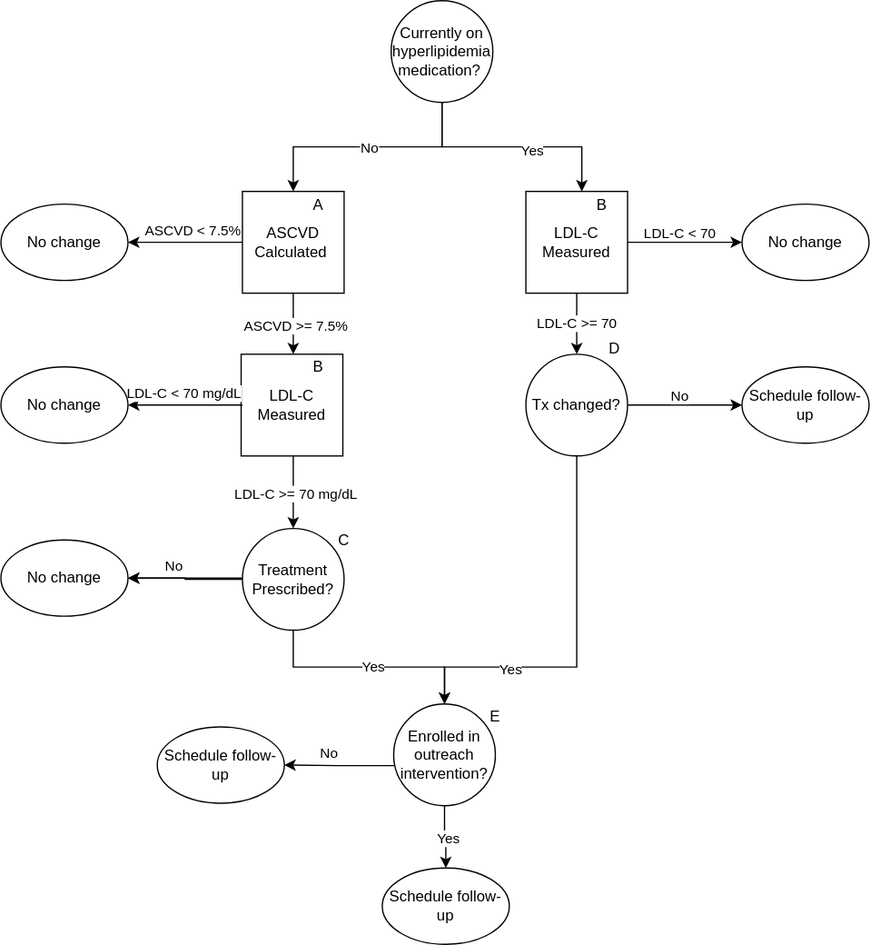
ihmeuw/vivarium_research keeps this draw.io diagram as docs/source/concept_models/vivarium_us_cvd/ldl_ramp_all.svg. Above is the earlier version. Source tidied: cells renumbered, new cells last; positions are measured from the earlier drawing's top-left corner, leaving out a move shared by most shapes.
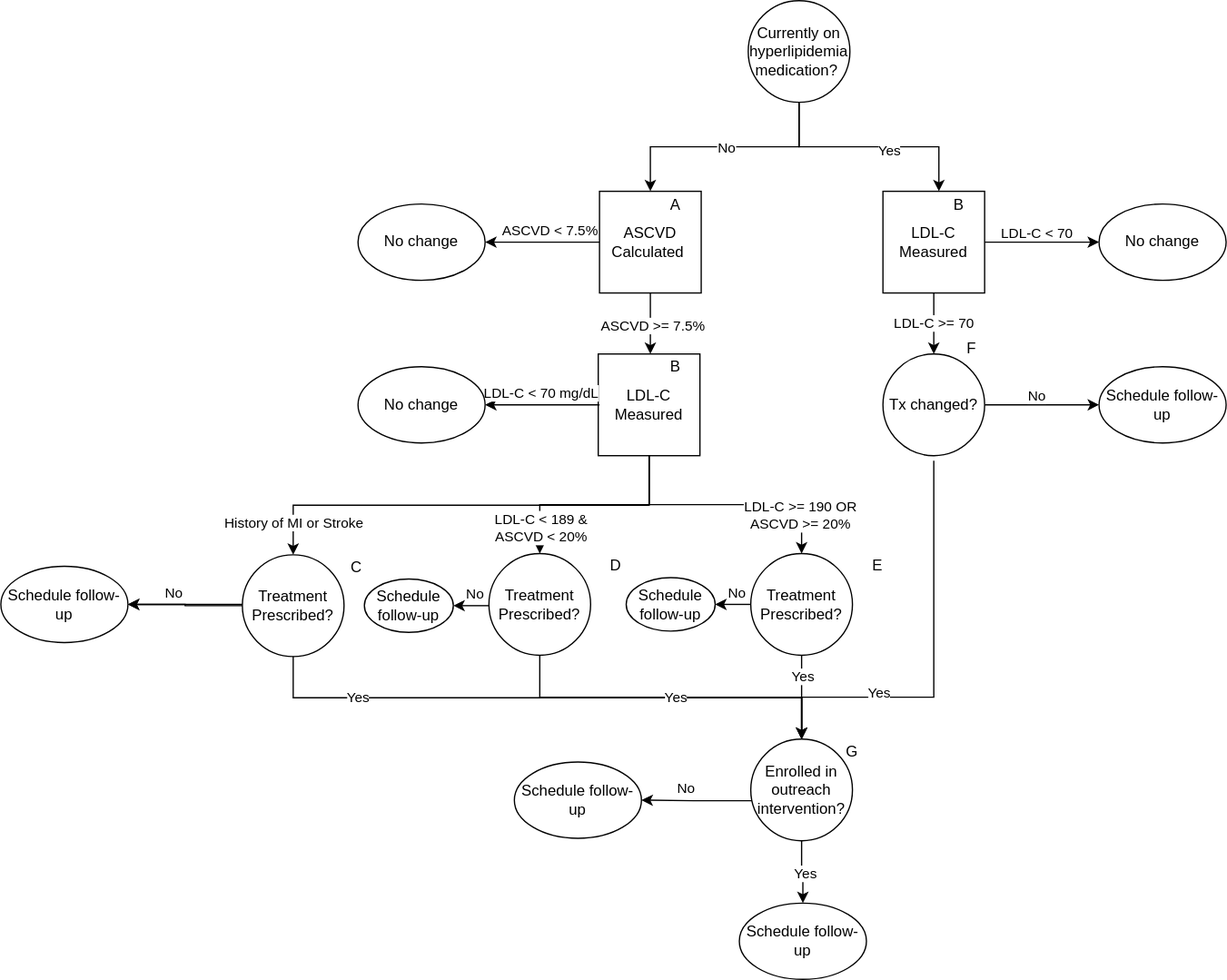
After the commit.

Commit message:
updates to V&V table, to the adherence and treatments based on Greg's feedback

The edit, as a diff of the source:
```diff
@@ -16,23 +16,22 @@
     <mxCell id="5" value="ASCVD &amp;gt;= 7.5%" style="edgeLabel;html=1;align=center;verticalAlign=middle;" parent="4" vertex="1">
       <mxGeometry x="0.02" y="1" relative="1" as="geometry" />
     </mxCell>
-    <mxCell id="6" style="edgeStyle=orthogonalEdgeStyle;rounded=0;orthogonalLoop=1;jettySize=auto;html=1;exitX=0.5;exitY=1;exitDx=0;exitDy=0;entryX=0.5;entryY=0;entryDx=0;entryDy=0;" parent="1" edge="1">
-      <mxGeometry relative="1" as="geometry">
-        <mxPoint x="230" y="358" as="sourcePoint" />
-        <mxPoint x="230" y="415" as="targetPoint" />
-      </mxGeometry>
+    <mxCell id="6" style="edgeStyle=orthogonalEdgeStyle;rounded=0;jettySize=auto;html=1;entryX=0.5;entryY=0;entryDx=0;entryDy=0;exitX=0.5;exitY=1;exitDx=0;exitDy=0;" parent="1" edge="1" source="2" target="9">
+      <mxGeometry relative="1" as="geometry" />
     </mxCell>
-    <mxCell id="7" value="LDL-C &amp;gt;= 70 mg/dL" style="edgeLabel;html=1;align=center;verticalAlign=middle;" parent="6" vertex="1">
-      <mxGeometry x="0.02" y="1" relative="1" as="geometry" />
+    <mxCell id="7" value="History of MI or Stroke&amp;nbsp;" style="edgeLabel;html=1;align=center;verticalAlign=middle;" parent="6" vertex="1">
+      <mxGeometry x="0.02" y="1" relative="1" as="geometry">
+        <mxPoint x="-135" y="12" as="offset" />
+      </mxGeometry>
     </mxCell>
     <mxCell id="8" style="edgeStyle=orthogonalEdgeStyle;rounded=0;jettySize=auto;html=1;" parent="1" edge="1" source="9" target="19">
       <mxGeometry relative="1" as="geometry" />
     </mxCell>
     <mxCell id="9" value="Treatment Prescribed?" style="ellipse;whiteSpace=wrap;html=1;" parent="1" vertex="1">
-      <mxGeometry x="190" y="415" width="80" height="80" as="geometry" />
+      <mxGeometry x="-91" y="436" width="80" height="80" as="geometry" />
     </mxCell>
     <mxCell id="10" value="C" style="text;html=1;strokeColor=none;fillColor=none;align=center;verticalAlign=middle;whiteSpace=wrap;rounded=0;" parent="1" vertex="1">
-      <mxGeometry x="250" y="415" width="40" height="20" as="geometry" />
+      <mxGeometry x="-21" y="436" width="40" height="20" as="geometry" />
     </mxCell>
     <mxCell id="11" value="No change" style="ellipse;whiteSpace=wrap;html=1;" parent="1" vertex="1">
       <mxGeometry y="160" width="100" height="60" as="geometry" />
@@ -60,7 +59,7 @@
     </mxCell>
     <mxCell id="17" style="edgeStyle=orthogonalEdgeStyle;rounded=0;jettySize=auto;html=1;exitX=0;exitY=0.5;exitDx=0;exitDy=0;entryX=1;entryY=0.5;entryDx=0;entryDy=0;" parent="1" edge="1" target="19">
       <mxGeometry relative="1" as="geometry">
-        <mxPoint x="190" y="454" as="sourcePoint" />
+        <mxPoint x="-91" y="475" as="sourcePoint" />
       </mxGeometry>
     </mxCell>
     <mxCell id="18" value="No" style="edgeLabel;html=1;align=center;verticalAlign=middle;" parent="17" vertex="1">
@@ -68,23 +67,25 @@
         <mxPoint x="8" y="-9" as="offset" />
       </mxGeometry>
     </mxCell>
-    <mxCell id="19" value="No change" style="ellipse;whiteSpace=wrap;html=1;" parent="1" vertex="1">
-      <mxGeometry y="424" width="100" height="60" as="geometry" />
+    <mxCell id="19" value="Schedule follow-up" style="ellipse;whiteSpace=wrap;html=1;" parent="1" vertex="1">
+      <mxGeometry x="-281" y="445" width="100" height="60" as="geometry" />
     </mxCell>
     <mxCell id="20" style="edgeStyle=orthogonalEdgeStyle;rounded=0;jettySize=auto;html=1;entryX=0.5;entryY=0;entryDx=0;entryDy=0;exitX=0.5;exitY=1;exitDx=0;exitDy=0;" parent="1" edge="1" source="9" target="23">
       <mxGeometry relative="1" as="geometry" />
     </mxCell>
     <mxCell id="21" value="Yes" style="edgeLabel;html=1;align=center;verticalAlign=middle;" parent="20" vertex="1">
-      <mxGeometry x="0.02" y="1" relative="1" as="geometry" />
+      <mxGeometry x="0.02" y="1" relative="1" as="geometry">
+        <mxPoint x="-155" as="offset" />
+      </mxGeometry>
     </mxCell>
     <mxCell id="22" value="Schedule follow-up" style="ellipse;whiteSpace=wrap;html=1;" parent="1" vertex="1">
-      <mxGeometry x="300" y="682" width="100" height="60" as="geometry" />
+      <mxGeometry x="300" y="710" width="100" height="60" as="geometry" />
     </mxCell>
     <mxCell id="23" value="Enrolled in outreach intervention?" style="ellipse;whiteSpace=wrap;html=1;" parent="1" vertex="1">
-      <mxGeometry x="309" y="553" width="80" height="80" as="geometry" />
+      <mxGeometry x="309" y="581" width="80" height="80" as="geometry" />
     </mxCell>
-    <mxCell id="24" value="E" style="text;html=1;strokeColor=none;fillColor=none;align=center;verticalAlign=middle;whiteSpace=wrap;rounded=0;" parent="1" vertex="1">
-      <mxGeometry x="369" y="553" width="40" height="20" as="geometry" />
+    <mxCell id="24" value="G" style="text;html=1;strokeColor=none;fillColor=none;align=center;verticalAlign=middle;whiteSpace=wrap;rounded=0;" parent="1" vertex="1">
+      <mxGeometry x="369" y="581" width="40" height="20" as="geometry" />
     </mxCell>
     <mxCell id="25" style="edgeStyle=orthogonalEdgeStyle;rounded=0;jettySize=auto;html=1;exitX=0.5;exitY=1;exitDx=0;exitDy=0;entryX=0.5;entryY=0;entryDx=0;entryDy=0;" parent="1" edge="1" source="23" target="22">
       <mxGeometry relative="1" as="geometry" />
@@ -93,11 +94,11 @@
       <mxGeometry x="0.02" y="1" relative="1" as="geometry" />
     </mxCell>
     <mxCell id="27" value="Schedule follow-up" style="ellipse;whiteSpace=wrap;html=1;" parent="1" vertex="1">
-      <mxGeometry x="123" y="571" width="100" height="60" as="geometry" />
+      <mxGeometry x="123" y="599" width="100" height="60" as="geometry" />
     </mxCell>
     <mxCell id="28" style="edgeStyle=orthogonalEdgeStyle;rounded=0;jettySize=auto;html=1;exitX=0;exitY=0.5;exitDx=0;exitDy=0;entryX=1;entryY=0.5;entryDx=0;entryDy=0;" parent="1" edge="1" target="27">
       <mxGeometry relative="1" as="geometry">
-        <mxPoint x="310" y="601.5" as="sourcePoint" />
+        <mxPoint x="310" y="629.5" as="sourcePoint" />
       </mxGeometry>
     </mxCell>
     <mxCell id="29" value="No" style="edgeLabel;html=1;align=center;verticalAlign=middle;" parent="28" vertex="1">
@@ -136,20 +137,21 @@
         <mxPoint x="453" y="278" as="targetPoint" />
       </mxGeometry>
     </mxCell>
-    <mxCell id="37" style="edgeStyle=orthogonalEdgeStyle;rounded=0;jettySize=auto;html=1;entryX=0.5;entryY=0;entryDx=0;entryDy=0;exitX=0.5;exitY=1;exitDx=0;exitDy=0;" parent="1" edge="1" source="46" target="23">
+    <mxCell id="37" style="edgeStyle=orthogonalEdgeStyle;rounded=0;jettySize=auto;html=1;exitX=0.5;exitY=1;exitDx=0;exitDy=0;entryX=0.5;entryY=0;entryDx=0;entryDy=0;" parent="1" edge="1" target="23">
       <mxGeometry relative="1" as="geometry">
+        <mxPoint x="453" y="362" as="sourcePoint" />
         <Array as="points">
-          <mxPoint x="453" y="524" />
-          <mxPoint x="349" y="524" />
+          <mxPoint x="453" y="548" />
+          <mxPoint x="349" y="548" />
         </Array>
       </mxGeometry>
     </mxCell>
     <mxCell id="38" value="Yes" style="edgeLabel;html=1;align=center;verticalAlign=middle;" parent="37" vertex="1">
       <mxGeometry x="0.02" y="1" relative="1" as="geometry">
-        <mxPoint x="-54" y="14" as="offset" />
+        <mxPoint x="-45" y="17" as="offset" />
       </mxGeometry>
     </mxCell>
-    <mxCell id="39" value="D" style="text;html=1;strokeColor=none;fillColor=none;align=center;verticalAlign=middle;whiteSpace=wrap;rounded=0;" parent="1" vertex="1">
+    <mxCell id="39" value="F" style="text;html=1;strokeColor=none;fillColor=none;align=center;verticalAlign=middle;whiteSpace=wrap;rounded=0;" parent="1" vertex="1">
       <mxGeometry x="473" y="264" width="20" height="20" as="geometry" />
     </mxCell>
     <mxCell id="40" value="No change" style="ellipse;whiteSpace=wrap;html=1;" parent="1" vertex="1">
@@ -186,5 +188,71 @@
     <mxCell id="49" value="B" style="text;html=1;strokeColor=none;fillColor=none;align=center;verticalAlign=middle;whiteSpace=wrap;rounded=0;" parent="1" vertex="1">
       <mxGeometry x="453" y="151" width="40" height="20" as="geometry" />
     </mxCell>
+    <mxCell id="50" value="Treatment Prescribed?" style="ellipse;whiteSpace=wrap;html=1;" parent="1" vertex="1">
+      <mxGeometry x="103" y="435" width="80" height="80" as="geometry" />
+    </mxCell>
+    <mxCell id="51" value="Treatment Prescribed?" style="ellipse;whiteSpace=wrap;html=1;" parent="1" vertex="1">
+      <mxGeometry x="309" y="435" width="80" height="80" as="geometry" />
+    </mxCell>
+    <mxCell id="52" value="D" style="text;html=1;strokeColor=none;fillColor=none;align=center;verticalAlign=middle;whiteSpace=wrap;rounded=0;" parent="1" vertex="1">
+      <mxGeometry x="183" y="435" width="40" height="20" as="geometry" />
+    </mxCell>
+    <mxCell id="53" value="E" style="text;html=1;strokeColor=none;fillColor=none;align=center;verticalAlign=middle;whiteSpace=wrap;rounded=0;" parent="1" vertex="1">
+      <mxGeometry x="389" y="435" width="40" height="20" as="geometry" />
+    </mxCell>
+    <mxCell id="54" style="edgeStyle=orthogonalEdgeStyle;rounded=0;jettySize=auto;html=1;entryX=0.5;entryY=0;entryDx=0;entryDy=0;exitX=0.5;exitY=1;exitDx=0;exitDy=0;" parent="1" edge="1" source="2" target="50">
+      <mxGeometry relative="1" as="geometry" />
+    </mxCell>
+    <mxCell id="55" value="LDL-C &amp;lt; 189 &amp;amp; &lt;br&gt;ASCVD &amp;lt; 20%" style="edgeLabel;html=1;align=center;verticalAlign=middle;" parent="54" vertex="1">
+      <mxGeometry x="0.02" y="1" relative="1" as="geometry">
+        <mxPoint x="-41" y="17" as="offset" />
+      </mxGeometry>
+    </mxCell>
+    <mxCell id="56" style="edgeStyle=orthogonalEdgeStyle;rounded=0;jettySize=auto;html=1;exitX=0.5;exitY=1;exitDx=0;exitDy=0;" parent="1" edge="1" source="2" target="51">
+      <mxGeometry relative="1" as="geometry" />
+    </mxCell>
+    <mxCell id="57" value="LDL-C &amp;gt;= 190 OR &lt;br&gt;ASCVD &amp;gt;= 20%" style="edgeLabel;html=1;align=center;verticalAlign=middle;" parent="56" vertex="1">
+      <mxGeometry x="0.02" y="1" relative="1" as="geometry">
+        <mxPoint x="56" y="9" as="offset" />
+      </mxGeometry>
+    </mxCell>
+    <mxCell id="58" style="edgeStyle=orthogonalEdgeStyle;rounded=0;jettySize=auto;html=1;entryX=0.5;entryY=0;entryDx=0;entryDy=0;exitX=0.5;exitY=1;exitDx=0;exitDy=0;" parent="1" edge="1" source="50" target="23">
+      <mxGeometry relative="1" as="geometry" />
+    </mxCell>
+    <mxCell id="59" value="Yes" style="edgeLabel;html=1;align=center;verticalAlign=middle;" parent="58" vertex="1">
+      <mxGeometry x="0.02" y="1" relative="1" as="geometry" />
+    </mxCell>
+    <mxCell id="60" style="edgeStyle=orthogonalEdgeStyle;rounded=0;jettySize=auto;html=1;entryX=0.5;entryY=0;entryDx=0;entryDy=0;exitX=0.5;exitY=1;exitDx=0;exitDy=0;" parent="1" edge="1" source="51" target="23">
+      <mxGeometry relative="1" as="geometry" />
+    </mxCell>
+    <mxCell id="61" value="Yes" style="edgeLabel;html=1;align=center;verticalAlign=middle;" parent="60" vertex="1">
+      <mxGeometry x="0.02" y="1" relative="1" as="geometry">
+        <mxPoint x="-1" y="-18" as="offset" />
+      </mxGeometry>
+    </mxCell>
+    <mxCell id="62" style="rounded=0;jettySize=auto;html=1;exitX=0;exitY=0.5;exitDx=0;exitDy=0;entryX=1;entryY=0.5;entryDx=0;entryDy=0;" parent="1" edge="1" target="64">
+      <mxGeometry relative="1" as="geometry">
+        <mxPoint x="103" y="476" as="sourcePoint" />
+      </mxGeometry>
+    </mxCell>
+    <mxCell id="63" value="No" style="edgeLabel;html=1;align=center;verticalAlign=middle;" parent="62" vertex="1">
+      <mxGeometry x="0.4" y="-1" relative="1" as="geometry">
+        <mxPoint x="8" y="-9" as="offset" />
+      </mxGeometry>
+    </mxCell>
+    <mxCell id="64" value="Schedule follow-up" style="ellipse;whiteSpace=wrap;html=1;" parent="1" vertex="1">
+      <mxGeometry x="5" y="455" width="70" height="42" as="geometry" />
+    </mxCell>
+    <mxCell id="65" value="Schedule follow-up" style="ellipse;whiteSpace=wrap;html=1;" parent="1" vertex="1">
+      <mxGeometry x="211" y="454" width="70" height="42" as="geometry" />
+    </mxCell>
+    <mxCell id="66" style="rounded=0;jettySize=auto;html=1;exitX=0;exitY=0.5;exitDx=0;exitDy=0;entryX=1;entryY=0.5;entryDx=0;entryDy=0;" parent="1" edge="1" source="51" target="65">
+      <mxGeometry relative="1" as="geometry" />
+    </mxCell>
+    <mxCell id="67" value="No" style="edgeLabel;html=1;align=center;verticalAlign=middle;" parent="66" vertex="1">
+      <mxGeometry x="0.4" y="-1" relative="1" as="geometry">
+        <mxPoint x="8" y="-9" as="offset" />
+      </mxGeometry>
+    </mxCell>
   </root>
 </mxGraphModel>
```
